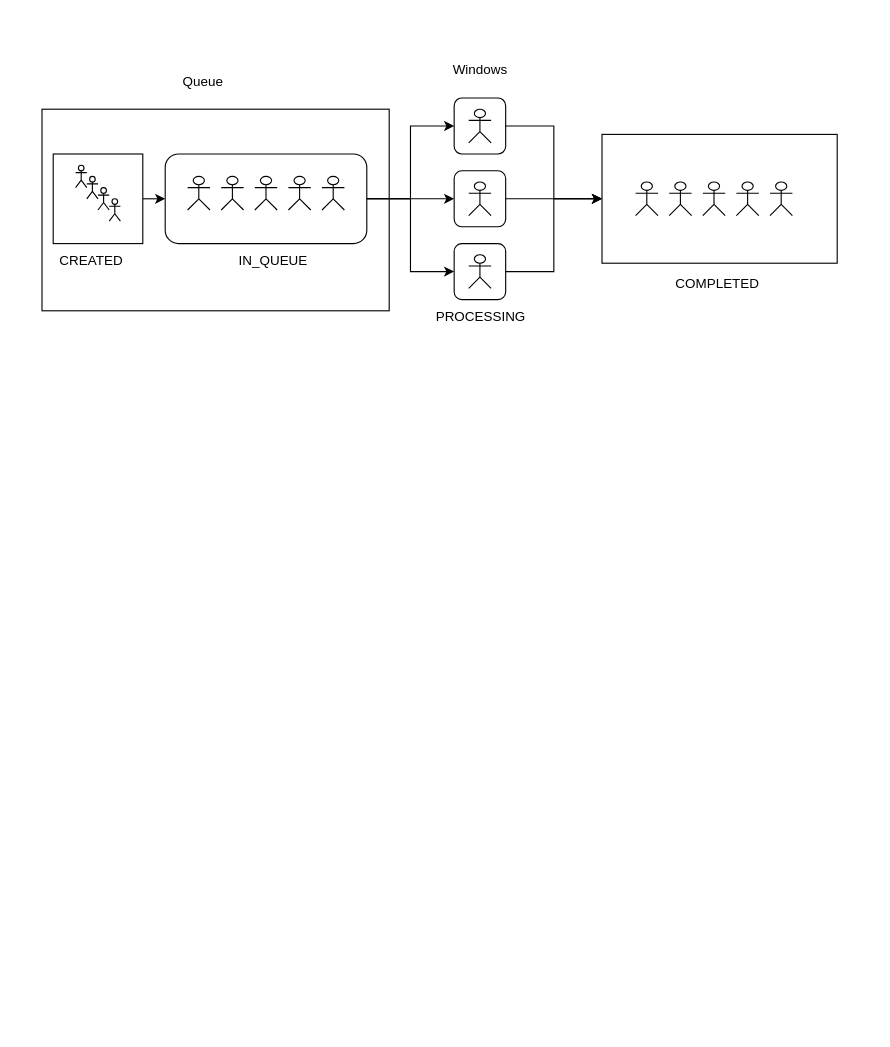
xfter16/KMSAutoNet keeps this draw.io diagram as Диаграмма без названия.drawio. Above is the earlier version. Source tidied: cells renumbered, new cells numbered last; positions are measured from the earlier drawing's top-left corner, leaving out a move shared by most shapes. Both pictures are drawn from the tidied source at 112%, with x=0, y=0 at pixel (41, 53).
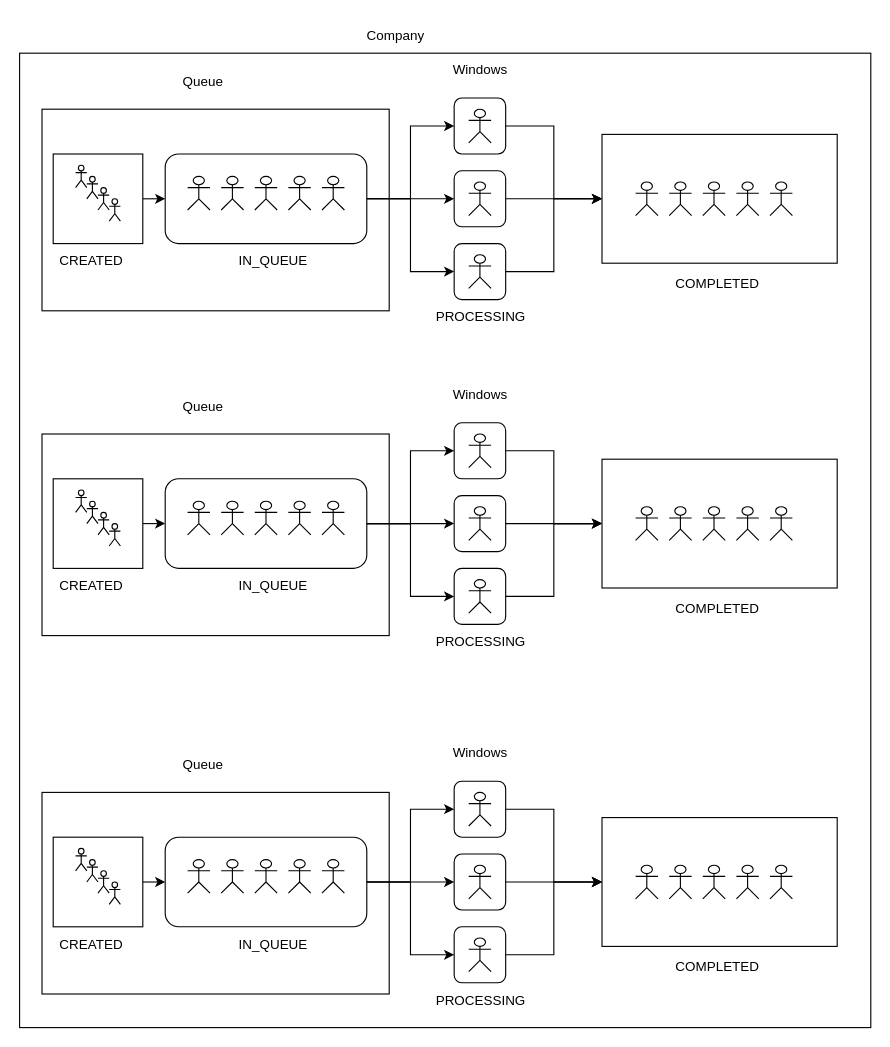
The same diagram, later.

What changed in the source:
```diff
@@
+    <mxCell id="39" style="shape=umlActor;verticalLabelPosition=bottom;verticalAlign=top;html=1;" parent="1" vertex="1">
+      <mxGeometry x="30" y="390" width="10" height="20" as="geometry" />
+    </mxCell>
+    <mxCell id="40" style="shape=umlActor;verticalLabelPosition=bottom;verticalAlign=top;html=1;" parent="1" vertex="1">
+      <mxGeometry x="40" y="400" width="10" height="20" as="geometry" />
+    </mxCell>
+    <mxCell id="41" style="shape=umlActor;verticalLabelPosition=bottom;verticalAlign=top;html=1;" parent="1" vertex="1">
+      <mxGeometry x="50" y="410" width="10" height="20" as="geometry" />
+    </mxCell>
+    <mxCell id="42" style="shape=umlActor;verticalLabelPosition=bottom;verticalAlign=top;html=1;" parent="1" vertex="1">
+      <mxGeometry x="60" y="420" width="10" height="20" as="geometry" />
+    </mxCell>
+    <mxCell id="43" value="CREATED" style="text;strokeColor=none;fillColor=none;align=left;verticalAlign=middle;spacingLeft=4;spacingRight=4;overflow=hidden;" parent="1" vertex="1">
+      <mxGeometry x="10" y="460" width="80" height="30" as="geometry" />
+    </mxCell>
+    <mxCell id="44" style="edgeStyle=orthogonalEdgeStyle;rounded=0;jettySize=auto;html=1;exitX=1;exitY=0.5;exitDx=0;exitDy=0;entryX=0;entryY=0.5;entryDx=0;entryDy=0;" parent="1" edge="1" source="45" target="49">
+      <mxGeometry relative="1" as="geometry" />
+    </mxCell>
+    <mxCell id="45" style="whiteSpace=wrap;html=1;fillColor=none;" parent="1" vertex="1">
+      <mxGeometry x="10" y="380" width="80" height="80" as="geometry" />
+    </mxCell>
+    <mxCell id="46" style="edgeStyle=orthogonalEdgeStyle;rounded=0;jettySize=auto;html=1;exitX=1;exitY=0.5;exitDx=0;exitDy=0;entryX=0;entryY=0.5;entryDx=0;entryDy=0;" parent="1" edge="1" source="49" target="57">
+      <mxGeometry relative="1" as="geometry" />
+    </mxCell>
+    <mxCell id="47" style="edgeStyle=orthogonalEdgeStyle;rounded=0;jettySize=auto;html=1;exitX=1;exitY=0.5;exitDx=0;exitDy=0;entryX=0;entryY=0.5;entryDx=0;entryDy=0;" parent="1" edge="1" source="49" target="61">
+      <mxGeometry relative="1" as="geometry" />
+    </mxCell>
+    <mxCell id="48" style="edgeStyle=orthogonalEdgeStyle;rounded=0;jettySize=auto;html=1;exitX=1;exitY=0.5;exitDx=0;exitDy=0;entryX=0;entryY=0.5;entryDx=0;entryDy=0;" parent="1" edge="1" source="49" target="64">
+      <mxGeometry relative="1" as="geometry" />
+    </mxCell>
+    <mxCell id="49" style="rounded=1;whiteSpace=wrap;html=1;fillColor=none;" parent="1" vertex="1">
+      <mxGeometry x="110" y="380" width="180" height="80" as="geometry" />
+    </mxCell>
+    <mxCell id="50" value="IN_QUEUE" style="text;strokeColor=none;fillColor=none;align=left;verticalAlign=middle;spacingLeft=4;spacingRight=4;overflow=hidden;" parent="1" vertex="1">
+      <mxGeometry x="170" y="460" width="80" height="30" as="geometry" />
+    </mxCell>
+    <mxCell id="51" style="shape=umlActor;verticalLabelPosition=bottom;verticalAlign=top;html=1;fillColor=none;" parent="1" vertex="1">
+      <mxGeometry x="130" y="400" width="20" height="30" as="geometry" />
+    </mxCell>
+    <mxCell id="52" style="shape=umlActor;verticalLabelPosition=bottom;verticalAlign=top;html=1;fillColor=none;" parent="1" vertex="1">
+      <mxGeometry x="160" y="400" width="20" height="30" as="geometry" />
+    </mxCell>
+    <mxCell id="53" style="shape=umlActor;verticalLabelPosition=bottom;verticalAlign=top;html=1;fillColor=none;" parent="1" vertex="1">
+      <mxGeometry x="190" y="400" width="20" height="30" as="geometry" />
+    </mxCell>
+    <mxCell id="54" style="shape=umlActor;verticalLabelPosition=bottom;verticalAlign=top;html=1;fillColor=none;" parent="1" vertex="1">
+      <mxGeometry x="220" y="400" width="20" height="30" as="geometry" />
+    </mxCell>
+    <mxCell id="55" style="shape=umlActor;verticalLabelPosition=bottom;verticalAlign=top;html=1;fillColor=none;" parent="1" vertex="1">
+      <mxGeometry x="250" y="400" width="20" height="30" as="geometry" />
+    </mxCell>
+    <mxCell id="56" style="edgeStyle=orthogonalEdgeStyle;rounded=0;jettySize=auto;html=1;exitX=1;exitY=0.5;exitDx=0;exitDy=0;entryX=0;entryY=0.5;entryDx=0;entryDy=0;" parent="1" edge="1" source="57" target="71">
+      <mxGeometry relative="1" as="geometry" />
+    </mxCell>
+    <mxCell id="57" style="rounded=1;whiteSpace=wrap;html=1;fillColor=none;" parent="1" vertex="1">
+      <mxGeometry x="368" y="330" width="46" height="50" as="geometry" />
+    </mxCell>
+    <mxCell id="58" value="Windows" style="text;html=1;strokeColor=none;fillColor=none;align=center;verticalAlign=middle;whiteSpace=wrap;rounded=0;" parent="1" vertex="1">
+      <mxGeometry x="361.5" y="290" width="59" height="30" as="geometry" />
+    </mxCell>
+    <mxCell id="59" style="shape=umlActor;verticalLabelPosition=bottom;verticalAlign=top;html=1;fillColor=none;" parent="1" vertex="1">
+      <mxGeometry x="381" y="340" width="20" height="30" as="geometry" />
+    </mxCell>
+    <mxCell id="60" style="edgeStyle=orthogonalEdgeStyle;rounded=0;jettySize=auto;html=1;exitX=1;exitY=0.5;exitDx=0;exitDy=0;entryX=0;entryY=0.5;entryDx=0;entryDy=0;" parent="1" edge="1" source="61" target="71">
+      <mxGeometry relative="1" as="geometry" />
+    </mxCell>
+    <mxCell id="61" style="rounded=1;whiteSpace=wrap;html=1;fillColor=none;" parent="1" vertex="1">
+      <mxGeometry x="368" y="395" width="46" height="50" as="geometry" />
+    </mxCell>
+    <mxCell id="62" style="shape=umlActor;verticalLabelPosition=bottom;verticalAlign=top;html=1;fillColor=none;" parent="1" vertex="1">
+      <mxGeometry x="381" y="405" width="20" height="30" as="geometry" />
+    </mxCell>
+    <mxCell id="63" style="edgeStyle=orthogonalEdgeStyle;rounded=0;jettySize=auto;html=1;exitX=1;exitY=0.5;exitDx=0;exitDy=0;entryX=0;entryY=0.5;entryDx=0;entryDy=0;" parent="1" edge="1" source="64" target="71">
+      <mxGeometry relative="1" as="geometry" />
+    </mxCell>
+    <mxCell id="64" style="rounded=1;whiteSpace=wrap;html=1;fillColor=none;" parent="1" vertex="1">
+      <mxGeometry x="368" y="460" width="46" height="50" as="geometry" />
+    </mxCell>
+    <mxCell id="65" style="shape=umlActor;verticalLabelPosition=bottom;verticalAlign=top;html=1;fillColor=none;" parent="1" vertex="1">
+      <mxGeometry x="381" y="470" width="20" height="30" as="geometry" />
+    </mxCell>
+    <mxCell id="66" style="shape=umlActor;verticalLabelPosition=bottom;verticalAlign=top;html=1;fillColor=none;" parent="1" vertex="1">
+      <mxGeometry x="530" y="405" width="20" height="30" as="geometry" />
+    </mxCell>
+    <mxCell id="67" style="shape=umlActor;verticalLabelPosition=bottom;verticalAlign=top;html=1;fillColor=none;" parent="1" vertex="1">
+      <mxGeometry x="560" y="405" width="20" height="30" as="geometry" />
+    </mxCell>
+    <mxCell id="68" style="shape=umlActor;verticalLabelPosition=bottom;verticalAlign=top;html=1;fillColor=none;" parent="1" vertex="1">
+      <mxGeometry x="590" y="405" width="20" height="30" as="geometry" />
+    </mxCell>
+    <mxCell id="69" style="shape=umlActor;verticalLabelPosition=bottom;verticalAlign=top;html=1;fillColor=none;" parent="1" vertex="1">
+      <mxGeometry x="620" y="405" width="20" height="30" as="geometry" />
+    </mxCell>
+    <mxCell id="70" style="shape=umlActor;verticalLabelPosition=bottom;verticalAlign=top;html=1;fillColor=none;" parent="1" vertex="1">
+      <mxGeometry x="650" y="405" width="20" height="30" as="geometry" />
+    </mxCell>
+    <mxCell id="71" style="rounded=0;whiteSpace=wrap;html=1;fillColor=none;" parent="1" vertex="1">
+      <mxGeometry x="500" y="362.5" width="210" height="115" as="geometry" />
+    </mxCell>
+    <mxCell id="72" value="COMPLETED" style="text;strokeColor=none;fillColor=none;align=left;verticalAlign=middle;spacingLeft=4;spacingRight=4;overflow=hidden;" parent="1" vertex="1">
+      <mxGeometry x="560" y="480" width="90" height="30" as="geometry" />
+    </mxCell>
+    <mxCell id="73" value="PROCESSING" style="text;strokeColor=none;fillColor=none;align=left;verticalAlign=middle;spacingLeft=4;spacingRight=4;overflow=hidden;" parent="1" vertex="1">
+      <mxGeometry x="346" y="510" width="90" height="30" as="geometry" />
+    </mxCell>
+    <mxCell id="74" style="rounded=0;whiteSpace=wrap;html=1;fillColor=none;" parent="1" vertex="1">
+      <mxGeometry y="340" width="310" height="180" as="geometry" />
+    </mxCell>
+    <mxCell id="75" value="Queue" style="text;strokeColor=none;fillColor=none;align=left;verticalAlign=middle;spacingLeft=4;spacingRight=4;overflow=hidden;" parent="1" vertex="1">
+      <mxGeometry x="120" y="300" width="90" height="30" as="geometry" />
+    </mxCell>
+    <mxCell id="76" style="shape=umlActor;verticalLabelPosition=bottom;verticalAlign=top;html=1;" parent="1" vertex="1">
+      <mxGeometry x="30" y="710" width="10" height="20" as="geometry" />
+    </mxCell>
+    <mxCell id="77" style="shape=umlActor;verticalLabelPosition=bottom;verticalAlign=top;html=1;" parent="1" vertex="1">
+      <mxGeometry x="40" y="720" width="10" height="20" as="geometry" />
+    </mxCell>
+    <mxCell id="78" style="shape=umlActor;verticalLabelPosition=bottom;verticalAlign=top;html=1;" parent="1" vertex="1">
+      <mxGeometry x="50" y="730" width="10" height="20" as="geometry" />
+    </mxCell>
+    <mxCell id="79" style="shape=umlActor;verticalLabelPosition=bottom;verticalAlign=top;html=1;" parent="1" vertex="1">
+      <mxGeometry x="60" y="740" width="10" height="20" as="geometry" />
+    </mxCell>
+    <mxCell id="80" value="CREATED" style="text;strokeColor=none;fillColor=none;align=left;verticalAlign=middle;spacingLeft=4;spacingRight=4;overflow=hidden;" parent="1" vertex="1">
+      <mxGeometry x="10" y="780" width="80" height="30" as="geometry" />
+    </mxCell>
+    <mxCell id="81" style="edgeStyle=orthogonalEdgeStyle;rounded=0;jettySize=auto;html=1;exitX=1;exitY=0.5;exitDx=0;exitDy=0;entryX=0;entryY=0.5;entryDx=0;entryDy=0;" parent="1" edge="1" source="82" target="86">
+      <mxGeometry relative="1" as="geometry" />
+    </mxCell>
+    <mxCell id="82" style="whiteSpace=wrap;html=1;fillColor=none;" parent="1" vertex="1">
+      <mxGeometry x="10" y="700" width="80" height="80" as="geometry" />
+    </mxCell>
+    <mxCell id="83" style="edgeStyle=orthogonalEdgeStyle;rounded=0;jettySize=auto;html=1;exitX=1;exitY=0.5;exitDx=0;exitDy=0;entryX=0;entryY=0.5;entryDx=0;entryDy=0;" parent="1" edge="1" source="86" target="94">
+      <mxGeometry relative="1" as="geometry" />
+    </mxCell>
+    <mxCell id="84" style="edgeStyle=orthogonalEdgeStyle;rounded=0;jettySize=auto;html=1;exitX=1;exitY=0.5;exitDx=0;exitDy=0;entryX=0;entryY=0.5;entryDx=0;entryDy=0;" parent="1" edge="1" source="86" target="98">
+      <mxGeometry relative="1" as="geometry" />
+    </mxCell>
+    <mxCell id="85" style="edgeStyle=orthogonalEdgeStyle;rounded=0;jettySize=auto;html=1;exitX=1;exitY=0.5;exitDx=0;exitDy=0;entryX=0;entryY=0.5;entryDx=0;entryDy=0;" parent="1" edge="1" source="86" target="101">
+      <mxGeometry relative="1" as="geometry" />
+    </mxCell>
+    <mxCell id="86" style="rounded=1;whiteSpace=wrap;html=1;fillColor=none;" parent="1" vertex="1">
+      <mxGeometry x="110" y="700" width="180" height="80" as="geometry" />
+    </mxCell>
+    <mxCell id="87" value="IN_QUEUE" style="text;strokeColor=none;fillColor=none;align=left;verticalAlign=middle;spacingLeft=4;spacingRight=4;overflow=hidden;" parent="1" vertex="1">
+      <mxGeometry x="170" y="780" width="80" height="30" as="geometry" />
+    </mxCell>
+    <mxCell id="88" style="shape=umlActor;verticalLabelPosition=bottom;verticalAlign=top;html=1;fillColor=none;" parent="1" vertex="1">
+      <mxGeometry x="130" y="720" width="20" height="30" as="geometry" />
+    </mxCell>
+    <mxCell id="89" style="shape=umlActor;verticalLabelPosition=bottom;verticalAlign=top;html=1;fillColor=none;" parent="1" vertex="1">
+      <mxGeometry x="160" y="720" width="20" height="30" as="geometry" />
+    </mxCell>
+    <mxCell id="90" style="shape=umlActor;verticalLabelPosition=bottom;verticalAlign=top;html=1;fillColor=none;" parent="1" vertex="1">
+      <mxGeometry x="190" y="720" width="20" height="30" as="geometry" />
+    </mxCell>
+    <mxCell id="91" style="shape=umlActor;verticalLabelPosition=bottom;verticalAlign=top;html=1;fillColor=none;" parent="1" vertex="1">
+      <mxGeometry x="220" y="720" width="20" height="30" as="geometry" />
+    </mxCell>
+    <mxCell id="92" style="shape=umlActor;verticalLabelPosition=bottom;verticalAlign=top;html=1;fillColor=none;" parent="1" vertex="1">
+      <mxGeometry x="250" y="720" width="20" height="30" as="geometry" />
+    </mxCell>
+    <mxCell id="93" style="edgeStyle=orthogonalEdgeStyle;rounded=0;jettySize=auto;html=1;exitX=1;exitY=0.5;exitDx=0;exitDy=0;entryX=0;entryY=0.5;entryDx=0;entryDy=0;" parent="1" edge="1" source="94" target="108">
+      <mxGeometry relative="1" as="geometry" />
+    </mxCell>
+    <mxCell id="94" style="rounded=1;whiteSpace=wrap;html=1;fillColor=none;" parent="1" vertex="1">
+      <mxGeometry x="368" y="650" width="46" height="50" as="geometry" />
+    </mxCell>
+    <mxCell id="95" value="Windows" style="text;html=1;strokeColor=none;fillColor=none;align=center;verticalAlign=middle;whiteSpace=wrap;rounded=0;" parent="1" vertex="1">
+      <mxGeometry x="361.5" y="610" width="59" height="30" as="geometry" />
+    </mxCell>
+    <mxCell id="96" style="shape=umlActor;verticalLabelPosition=bottom;verticalAlign=top;html=1;fillColor=none;" parent="1" vertex="1">
+      <mxGeometry x="381" y="660" width="20" height="30" as="geometry" />
+    </mxCell>
+    <mxCell id="97" style="edgeStyle=orthogonalEdgeStyle;rounded=0;jettySize=auto;html=1;exitX=1;exitY=0.5;exitDx=0;exitDy=0;entryX=0;entryY=0.5;entryDx=0;entryDy=0;" parent="1" edge="1" source="98" target="108">
+      <mxGeometry relative="1" as="geometry" />
+    </mxCell>
+    <mxCell id="98" style="rounded=1;whiteSpace=wrap;html=1;fillColor=none;" parent="1" vertex="1">
+      <mxGeometry x="368" y="715" width="46" height="50" as="geometry" />
+    </mxCell>
+    <mxCell id="99" style="shape=umlActor;verticalLabelPosition=bottom;verticalAlign=top;html=1;fillColor=none;" parent="1" vertex="1">
+      <mxGeometry x="381" y="725" width="20" height="30" as="geometry" />
+    </mxCell>
+    <mxCell id="100" style="edgeStyle=orthogonalEdgeStyle;rounded=0;jettySize=auto;html=1;exitX=1;exitY=0.5;exitDx=0;exitDy=0;entryX=0;entryY=0.5;entryDx=0;entryDy=0;" parent="1" edge="1" source="101" target="108">
+      <mxGeometry relative="1" as="geometry" />
+    </mxCell>
+    <mxCell id="101" style="rounded=1;whiteSpace=wrap;html=1;fillColor=none;" parent="1" vertex="1">
+      <mxGeometry x="368" y="780" width="46" height="50" as="geometry" />
+    </mxCell>
+    <mxCell id="102" style="shape=umlActor;verticalLabelPosition=bottom;verticalAlign=top;html=1;fillColor=none;" parent="1" vertex="1">
+      <mxGeometry x="381" y="790" width="20" height="30" as="geometry" />
+    </mxCell>
+    <mxCell id="103" style="shape=umlActor;verticalLabelPosition=bottom;verticalAlign=top;html=1;fillColor=none;" parent="1" vertex="1">
+      <mxGeometry x="530" y="725" width="20" height="30" as="geometry" />
+    </mxCell>
+    <mxCell id="104" style="shape=umlActor;verticalLabelPosition=bottom;verticalAlign=top;html=1;fillColor=none;" parent="1" vertex="1">
+      <mxGeometry x="560" y="725" width="20" height="30" as="geometry" />
+    </mxCell>
+    <mxCell id="105" style="shape=umlActor;verticalLabelPosition=bottom;verticalAlign=top;html=1;fillColor=none;" parent="1" vertex="1">
+      <mxGeometry x="590" y="725" width="20" height="30" as="geometry" />
+    </mxCell>
+    <mxCell id="106" style="shape=umlActor;verticalLabelPosition=bottom;verticalAlign=top;html=1;fillColor=none;" parent="1" vertex="1">
+      <mxGeometry x="620" y="725" width="20" height="30" as="geometry" />
+    </mxCell>
+    <mxCell id="107" style="shape=umlActor;verticalLabelPosition=bottom;verticalAlign=top;html=1;fillColor=none;" parent="1" vertex="1">
+      <mxGeometry x="650" y="725" width="20" height="30" as="geometry" />
+    </mxCell>
+    <mxCell id="108" style="rounded=0;whiteSpace=wrap;html=1;fillColor=none;" parent="1" vertex="1">
+      <mxGeometry x="500" y="682.5" width="210" height="115" as="geometry" />
+    </mxCell>
+    <mxCell id="109" value="COMPLETED" style="text;strokeColor=none;fillColor=none;align=left;verticalAlign=middle;spacingLeft=4;spacingRight=4;overflow=hidden;" parent="1" vertex="1">
+      <mxGeometry x="560" y="800" width="90" height="30" as="geometry" />
+    </mxCell>
+    <mxCell id="110" value="PROCESSING" style="text;strokeColor=none;fillColor=none;align=left;verticalAlign=middle;spacingLeft=4;spacingRight=4;overflow=hidden;" parent="1" vertex="1">
+      <mxGeometry x="346" y="830" width="90" height="30" as="geometry" />
+    </mxCell>
+    <mxCell id="111" style="rounded=0;whiteSpace=wrap;html=1;fillColor=none;" parent="1" vertex="1">
+      <mxGeometry y="660" width="310" height="180" as="geometry" />
+    </mxCell>
+    <mxCell id="112" value="Queue" style="text;strokeColor=none;fillColor=none;align=left;verticalAlign=middle;spacingLeft=4;spacingRight=4;overflow=hidden;" parent="1" vertex="1">
+      <mxGeometry x="120" y="620" width="90" height="30" as="geometry" />
+    </mxCell>
+    <mxCell id="113" style="rounded=0;whiteSpace=wrap;html=1;fillColor=none;" parent="1" vertex="1">
+      <mxGeometry x="-20" width="760" height="870" as="geometry" />
+    </mxCell>
+    <mxCell id="114" value="Company" style="text;html=1;strokeColor=none;fillColor=none;align=center;verticalAlign=middle;whiteSpace=wrap;rounded=0;" parent="1" vertex="1">
+      <mxGeometry x="286" y="-30" width="60" height="30" as="geometry" />
+    </mxCell>
```
